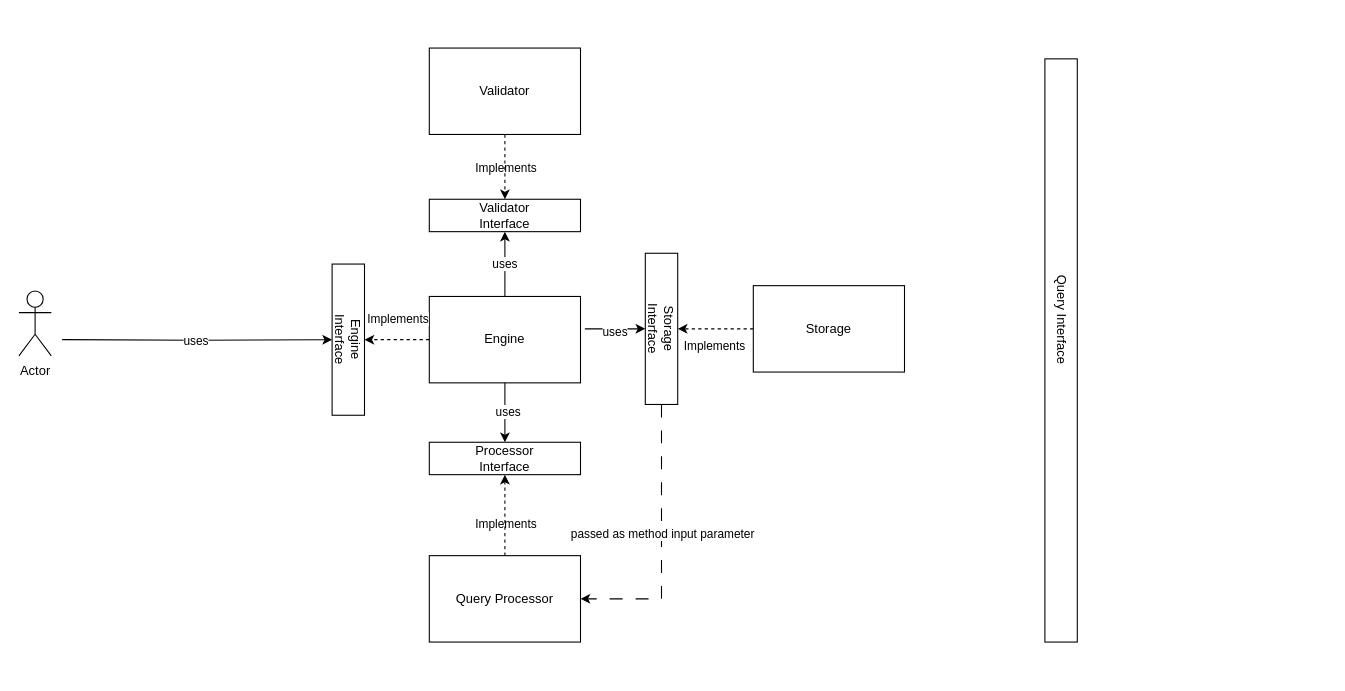
abhihayer/Drawings keeps this draw.io diagram as page "db-system" (2 of 3) of demo.drawio. Above is the earlier version. Source tidied: cells renumbered, new cells numbered last; positions are measured from the earlier drawing's top-left corner, leaving out a move shared by most shapes. Both pictures are drawn from the tidied source at 108%, with x=0, y=0 at pixel (18, 48).
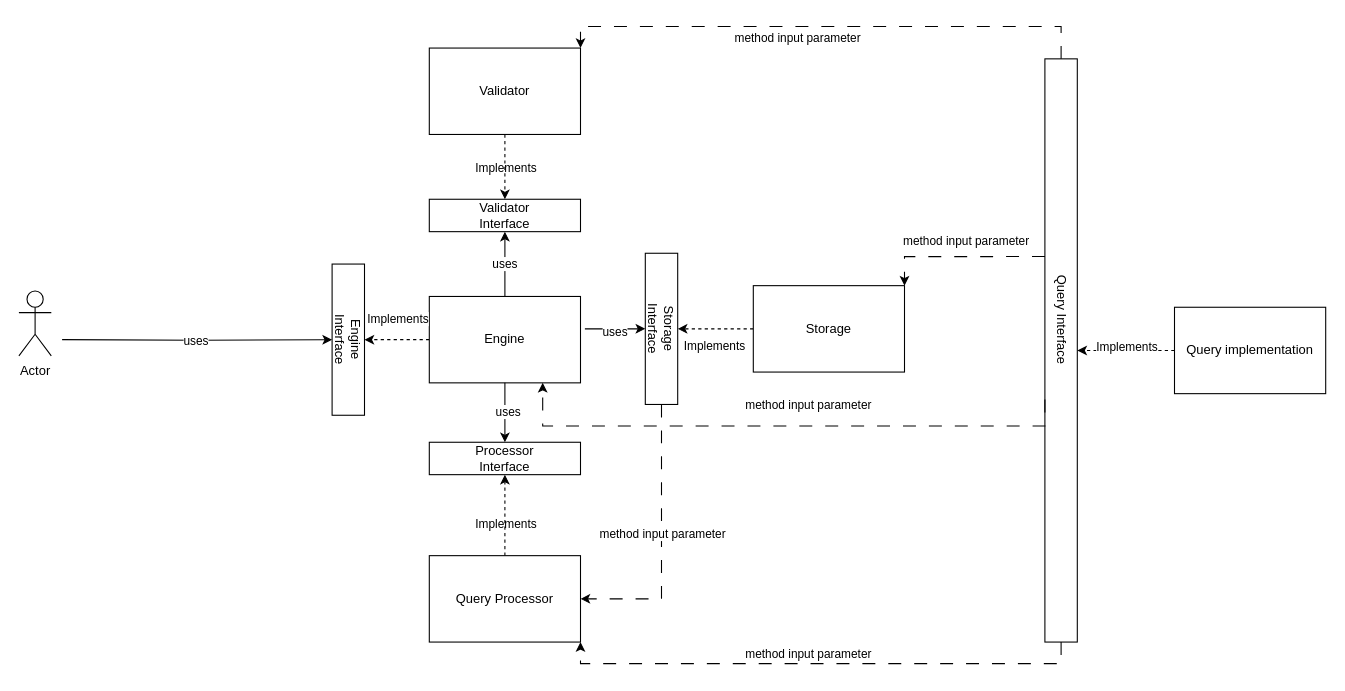
The same diagram, later.

Unchanged cells that the change refers to:
```xml
<mxCell id="5" value="Engine" style="rounded=0;whiteSpace=wrap;html=1;" parent="1" vertex="1">
  <mxGeometry x="380" y="230" width="140" height="80" as="geometry" />
</mxCell>
<mxCell id="17" value="Storage" style="rounded=0;whiteSpace=wrap;html=1;" parent="1" vertex="1">
  <mxGeometry x="680" y="220" width="140" height="80" as="geometry" />
</mxCell>
<mxCell id="19" value="Query Processor" style="rounded=0;whiteSpace=wrap;html=1;" parent="1" vertex="1">
  <mxGeometry x="380" y="470" width="140" height="80" as="geometry" />
</mxCell>
<mxCell id="34" value="Validator" style="rounded=0;whiteSpace=wrap;html=1;" parent="1" vertex="1">
  <mxGeometry x="380" width="140" height="80" as="geometry" />
</mxCell>
<mxCell id="35" style="edgeStyle=orthogonalEdgeStyle;rounded=0;jettySize=auto;html=1;exitX=0.5;exitY=1;exitDx=0;exitDy=0;entryX=1;entryY=0.5;entryDx=0;entryDy=0;dashed=1;dashPattern=12 12;" parent="1" edge="1" source="21" target="19">
  <mxGeometry relative="1" as="geometry" />
</mxCell>
<mxCell id="38" style="rounded=0;whiteSpace=wrap;html=1;" parent="37" vertex="1">
  <mxGeometry y="-160" width="30" height="540" as="geometry" />
</mxCell>
<mxCell id="39" value="Query Interface" style="text;html=1;whiteSpace=wrap;strokeColor=none;fillColor=none;align=center;verticalAlign=middle;rounded=0;rotation=90;" parent="37" vertex="1">
  <mxGeometry x="-101.2" y="66.2" width="232.5" height="30" as="geometry" />
</mxCell>
```

The edit, as a diff of the source:
```diff
@@
-    <mxCell id="36" value="passed as method input parameter" style="edgeLabel;html=1;align=center;verticalAlign=middle;" parent="35" vertex="1">
+    <mxCell id="36" value="method input parameter" style="edgeLabel;html=1;align=center;verticalAlign=middle;" parent="35" vertex="1">
       <mxGeometry x="0.07" y="4" relative="1" as="geometry">
         <mxPoint x="-4" y="-17" as="offset" />
       </mxGeometry>
     </mxCell>
     <mxCell id="37" style="group;" parent="1" vertex="1">
-      <mxGeometry x="950" y="170" width="131.2" height="380" as="geometry" />
+      <mxGeometry x="950" y="170" width="230" height="380" as="geometry" />
     </mxCell>
@@
+    <mxCell id="40" style="edgeStyle=orthogonalEdgeStyle;rounded=0;jettySize=auto;html=1;dashed=1;" parent="37" edge="1" source="42" target="38">
+      <mxGeometry relative="1" as="geometry" />
+    </mxCell>
+    <mxCell id="41" value="Implements" style="edgeLabel;html=1;align=center;verticalAlign=middle;" parent="40" vertex="1">
+      <mxGeometry y="-4" relative="1" as="geometry" />
+    </mxCell>
+    <mxCell id="42" value="Query implementation" style="rounded=0;whiteSpace=wrap;html=1;" parent="37" vertex="1">
+      <mxGeometry x="120" y="70" width="140" height="80" as="geometry" />
+    </mxCell>
+    <mxCell id="43" style="edgeStyle=orthogonalEdgeStyle;rounded=0;jettySize=auto;html=1;exitX=0.5;exitY=0;exitDx=0;exitDy=0;entryX=1;entryY=0;entryDx=0;entryDy=0;dashed=1;dashPattern=12 12;" parent="1" edge="1" source="38" target="34">
+      <mxGeometry relative="1" as="geometry" />
+    </mxCell>
+    <mxCell id="44" style="edgeStyle=orthogonalEdgeStyle;rounded=0;jettySize=auto;html=1;exitX=0.5;exitY=1;exitDx=0;exitDy=0;entryX=1;entryY=1;entryDx=0;entryDy=0;dashed=1;dashPattern=12 12;" parent="1" edge="1" source="38" target="19">
+      <mxGeometry relative="1" as="geometry" />
+    </mxCell>
+    <mxCell id="45" style="edgeStyle=orthogonalEdgeStyle;rounded=0;jettySize=auto;html=1;exitX=0.25;exitY=1;exitDx=0;exitDy=0;entryX=1;entryY=0;entryDx=0;entryDy=0;dashed=1;dashPattern=12 12;" parent="1" edge="1" source="39" target="17">
+      <mxGeometry relative="1" as="geometry" />
+    </mxCell>
+    <mxCell id="46" style="edgeStyle=orthogonalEdgeStyle;rounded=0;jettySize=auto;html=1;exitX=0.75;exitY=1;exitDx=0;exitDy=0;entryX=0.75;entryY=1;entryDx=0;entryDy=0;dashed=1;dashPattern=12 12;" parent="1" edge="1" target="5">
+      <mxGeometry relative="1" as="geometry">
+        <mxPoint x="950" y="325.4" as="sourcePoint" />
+        <Array as="points">
+          <mxPoint x="950" y="350" />
+          <mxPoint x="485" y="350" />
+        </Array>
+      </mxGeometry>
+    </mxCell>
+    <mxCell id="47" value="method input parameter" style="edgeLabel;html=1;align=center;verticalAlign=middle;" parent="1" vertex="1">
+      <mxGeometry x="730" y="560" as="geometry" />
+    </mxCell>
+    <mxCell id="48" value="method input parameter" style="edgeLabel;html=1;align=center;verticalAlign=middle;" parent="1" vertex="1">
+      <mxGeometry x="730" y="330" as="geometry" />
+    </mxCell>
+    <mxCell id="49" value="method input parameter" style="edgeLabel;html=1;align=center;verticalAlign=middle;" parent="1" vertex="1">
+      <mxGeometry x="870" y="160" as="geometry">
+        <mxPoint x="6" y="18" as="offset" />
+      </mxGeometry>
+    </mxCell>
+    <mxCell id="50" value="method input parameter" style="edgeLabel;html=1;align=center;verticalAlign=middle;" parent="1" vertex="1">
+      <mxGeometry x="720" y="-10" as="geometry" />
+    </mxCell>
```
